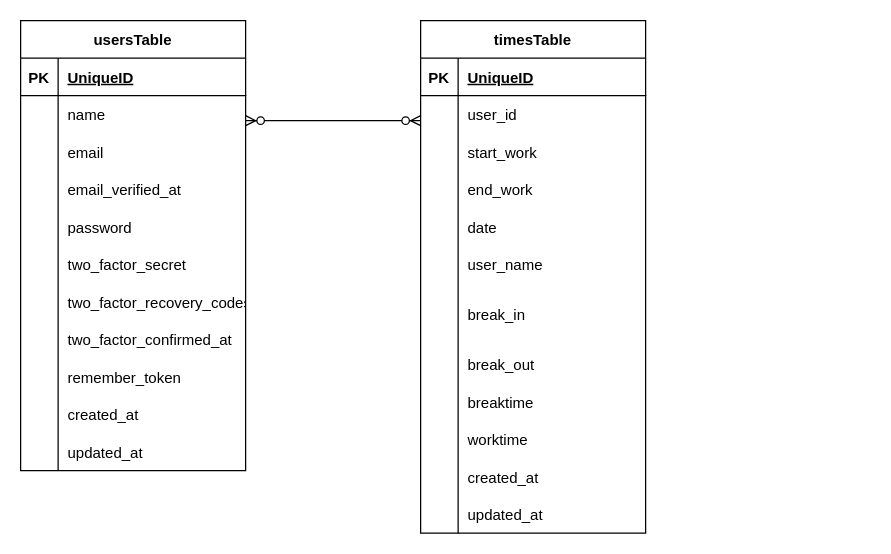
Above: er.dio in Chayney/attendance (draw.io), before the change. Source tidied: cells renumbered, new cells numbered last; positions are measured from the earlier drawing's top-left corner, leaving out a move shared by most shapes. Both pictures are drawn from the tidied source at 125%, with x=0, y=0 at pixel (20, 20).
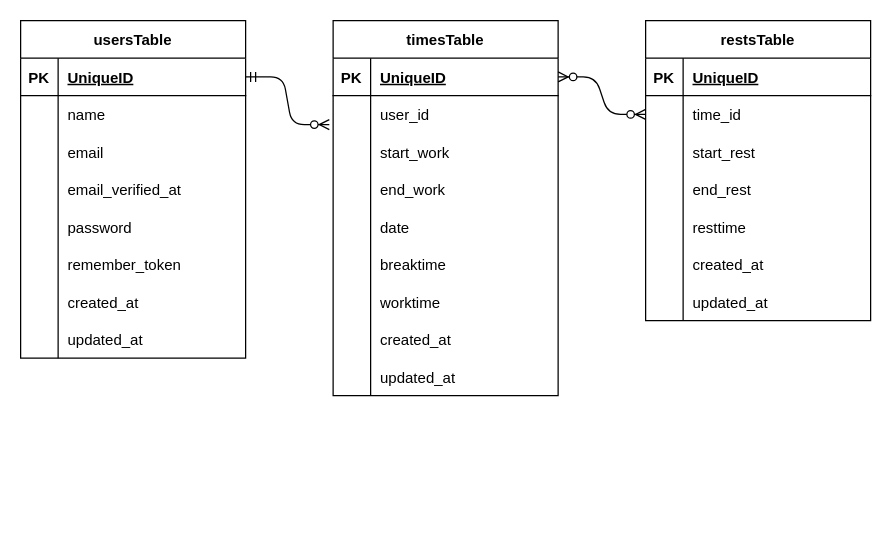
The same diagram, later.

The change refers to these unchanged cells:
```xml
<mxCell id="3" style="shape=tableRow;horizontal=0;startSize=0;swimlaneHead=0;swimlaneBody=0;fillColor=none;points=[[0,0.5],[1,0.5]];portConstraint=eastwest;top=0;left=0;right=0;bottom=1;" parent="2" vertex="1">
  <mxGeometry y="30" width="180" height="30" as="geometry" />
</mxCell>
<mxCell id="6" style="shape=tableRow;horizontal=0;startSize=0;swimlaneHead=0;swimlaneBody=0;fillColor=none;points=[[0,0.5],[1,0.5]];portConstraint=eastwest;top=0;left=0;right=0;bottom=0;" parent="2" vertex="1">
  <mxGeometry y="60" width="180" height="30" as="geometry" />
</mxCell>
<mxCell id="37" style="shape=tableRow;horizontal=0;startSize=0;swimlaneHead=0;swimlaneBody=0;fillColor=none;points=[[0,0.5],[1,0.5]];portConstraint=eastwest;top=0;left=0;right=0;bottom=1;" parent="36" vertex="1">
  <mxGeometry y="30" width="180" height="30" as="geometry" />
</mxCell>
<mxCell id="40" style="shape=tableRow;horizontal=0;startSize=0;swimlaneHead=0;swimlaneBody=0;fillColor=none;points=[[0,0.5],[1,0.5]];portConstraint=eastwest;top=0;left=0;right=0;bottom=0;" parent="36" vertex="1">
  <mxGeometry y="60" width="180" height="30" as="geometry" />
</mxCell>
<mxCell id="52" style="shape=tableRow;horizontal=0;startSize=0;swimlaneHead=0;swimlaneBody=0;fillColor=none;top=0;left=0;right=0;bottom=0;" parent="36" vertex="1">
  <mxGeometry y="180" width="180" height="30" as="geometry" />
</mxCell>
```

Diff of the diagram source:
```diff
@@
     <mxCell id="2" value="usersTable" style="shape=table;startSize=30;childLayout=tableLayout;rowLines=0;fontStyle=1;align=center;" parent="1" vertex="1">
-      <mxGeometry width="180" height="360" as="geometry" />
+      <mxGeometry width="180" height="270" as="geometry" />
     </mxCell>
@@
-    <mxCell id="18" style="shape=tableRow;horizontal=0;startSize=0;swimlaneHead=0;swimlaneBody=0;fillColor=none;top=0;left=0;right=0;bottom=0;" parent="2" vertex="1">
-      <mxGeometry y="180" width="180" height="30" as="geometry" />
-    </mxCell>
-    <mxCell id="19" style="shape=partialRectangle;fillColor=none;top=0;left=0;bottom=0;right=0;overflow=hidden;" parent="18" vertex="1">
-      <mxGeometry width="30" height="30" as="geometry" />
-    </mxCell>
-    <mxCell id="20" value="two_factor_secret" style="shape=partialRectangle;fillColor=none;top=0;left=0;bottom=0;right=0;align=left;spacingLeft=6;overflow=hidden;" parent="18" vertex="1">
-      <mxGeometry x="30" width="150" height="30" as="geometry" />
-    </mxCell>
-    <mxCell id="21" style="shape=tableRow;horizontal=0;startSize=0;swimlaneHead=0;swimlaneBody=0;fillColor=none;top=0;left=0;right=0;bottom=0;" parent="2" vertex="1">
-      <mxGeometry y="210" width="180" height="30" as="geometry" />
-    </mxCell>
-    <mxCell id="22" style="shape=partialRectangle;fillColor=none;top=0;left=0;bottom=0;right=0;overflow=hidden;" parent="21" vertex="1">
-      <mxGeometry width="30" height="30" as="geometry" />
-    </mxCell>
-    <mxCell id="23" value="two_factor_recovery_codes" style="shape=partialRectangle;fillColor=none;top=0;left=0;bottom=0;right=0;align=left;spacingLeft=6;overflow=hidden;" parent="21" vertex="1">
-      <mxGeometry x="30" width="150" height="30" as="geometry" />
-    </mxCell>
-    <mxCell id="24" style="shape=tableRow;horizontal=0;startSize=0;swimlaneHead=0;swimlaneBody=0;fillColor=none;top=0;left=0;right=0;bottom=0;" parent="2" vertex="1">
-      <mxGeometry y="240" width="180" height="30" as="geometry" />
-    </mxCell>
-    <mxCell id="25" style="shape=partialRectangle;fillColor=none;top=0;left=0;bottom=0;right=0;overflow=hidden;" parent="24" vertex="1">
-      <mxGeometry width="30" height="30" as="geometry" />
-    </mxCell>
-    <mxCell id="26" value="two_factor_confirmed_at" style="shape=partialRectangle;fillColor=none;top=0;left=0;bottom=0;right=0;align=left;spacingLeft=6;overflow=hidden;" parent="24" vertex="1">
-      <mxGeometry x="30" width="150" height="30" as="geometry" />
-    </mxCell>
     <mxCell id="27" style="shape=tableRow;horizontal=0;startSize=0;swimlaneHead=0;swimlaneBody=0;fillColor=none;top=0;left=0;right=0;bottom=0;" parent="2" vertex="1">
-      <mxGeometry y="270" width="180" height="30" as="geometry" />
+      <mxGeometry y="180" width="180" height="30" as="geometry" />
     </mxCell>
@@
     <mxCell id="30" style="shape=tableRow;horizontal=0;startSize=0;swimlaneHead=0;swimlaneBody=0;fillColor=none;top=0;left=0;right=0;bottom=0;" parent="2" vertex="1">
-      <mxGeometry y="300" width="180" height="30" as="geometry" />
+      <mxGeometry y="210" width="180" height="30" as="geometry" />
     </mxCell>
@@
     <mxCell id="33" style="shape=tableRow;horizontal=0;startSize=0;swimlaneHead=0;swimlaneBody=0;fillColor=none;top=0;left=0;right=0;bottom=0;" parent="2" vertex="1">
-      <mxGeometry y="330" width="180" height="30" as="geometry" />
+      <mxGeometry y="240" width="180" height="30" as="geometry" />
     </mxCell>
@@
     <mxCell id="36" value="timesTable" style="shape=table;startSize=30;childLayout=tableLayout;rowLines=0;fontStyle=1;align=center;" parent="1" vertex="1">
-      <mxGeometry x="320" width="180" height="410" as="geometry" />
+      <mxGeometry x="250" width="180" height="300" as="geometry" />
     </mxCell>
@@
-    <mxCell id="54" value="user_name" style="shape=partialRectangle;fillColor=none;top=0;left=0;bottom=0;right=0;align=left;spacingLeft=6;overflow=hidden;" parent="52" vertex="1">
+    <mxCell id="54" style="shape=partialRectangle;fillColor=none;top=0;left=0;bottom=0;right=0;align=left;spacingLeft=6;overflow=hidden;" parent="52" vertex="1">
       <mxGeometry x="30" width="150" height="30" as="geometry" />
     </mxCell>
-    <mxCell id="55" style="shape=tableRow;horizontal=0;startSize=0;swimlaneHead=0;swimlaneBody=0;fillColor=none;top=0;left=0;right=0;bottom=0;" parent="36" vertex="1">
-      <mxGeometry y="210" width="180" height="50" as="geometry" />
-    </mxCell>
-    <mxCell id="56" style="shape=partialRectangle;fillColor=none;top=0;left=0;bottom=0;right=0;overflow=hidden;" parent="55" vertex="1">
-      <mxGeometry width="30" height="50" as="geometry" />
-    </mxCell>
-    <mxCell id="57" value="break_in" style="shape=partialRectangle;fillColor=none;top=0;left=0;bottom=0;right=0;align=left;spacingLeft=6;overflow=hidden;" parent="55" vertex="1">
-      <mxGeometry x="30" width="150" height="50" as="geometry" />
-    </mxCell>
-    <mxCell id="58" style="shape=tableRow;horizontal=0;startSize=0;swimlaneHead=0;swimlaneBody=0;fillColor=none;top=0;left=0;right=0;bottom=0;" parent="36" vertex="1">
-      <mxGeometry y="260" width="180" height="30" as="geometry" />
-    </mxCell>
-    <mxCell id="59" style="shape=partialRectangle;fillColor=none;top=0;left=0;bottom=0;right=0;overflow=hidden;" parent="58" vertex="1">
-      <mxGeometry width="30" height="30" as="geometry" />
-    </mxCell>
-    <mxCell id="60" value="break_out" style="shape=partialRectangle;fillColor=none;top=0;left=0;bottom=0;right=0;align=left;spacingLeft=6;overflow=hidden;" parent="58" vertex="1">
-      <mxGeometry x="30" width="150" height="30" as="geometry" />
-    </mxCell>
-    <mxCell id="61" style="shape=tableRow;horizontal=0;startSize=0;swimlaneHead=0;swimlaneBody=0;fillColor=none;top=0;left=0;right=0;bottom=0;" parent="36" vertex="1">
-      <mxGeometry y="290" width="180" height="30" as="geometry" />
-    </mxCell>
-    <mxCell id="62" style="shape=partialRectangle;fillColor=none;top=0;left=0;bottom=0;right=0;overflow=hidden;" parent="61" vertex="1">
-      <mxGeometry width="30" height="30" as="geometry" />
-    </mxCell>
-    <mxCell id="63" value="breaktime" style="shape=partialRectangle;fillColor=none;top=0;left=0;bottom=0;right=0;align=left;spacingLeft=6;overflow=hidden;" parent="61" vertex="1">
-      <mxGeometry x="30" width="150" height="30" as="geometry" />
-    </mxCell>
     <mxCell id="64" style="shape=tableRow;horizontal=0;startSize=0;swimlaneHead=0;swimlaneBody=0;fillColor=none;top=0;left=0;right=0;bottom=0;" parent="36" vertex="1">
-      <mxGeometry y="320" width="180" height="30" as="geometry" />
+      <mxGeometry y="210" width="180" height="30" as="geometry" />
     </mxCell>
@@
     <mxCell id="67" style="shape=tableRow;horizontal=0;startSize=0;swimlaneHead=0;swimlaneBody=0;fillColor=none;top=0;left=0;right=0;bottom=0;" parent="36" vertex="1">
-      <mxGeometry y="350" width="180" height="30" as="geometry" />
+      <mxGeometry y="240" width="180" height="30" as="geometry" />
     </mxCell>
@@
     <mxCell id="70" style="shape=tableRow;horizontal=0;startSize=0;swimlaneHead=0;swimlaneBody=0;fillColor=none;top=0;left=0;right=0;bottom=0;" parent="36" vertex="1">
-      <mxGeometry y="380" width="180" height="30" as="geometry" />
+      <mxGeometry y="270" width="180" height="30" as="geometry" />
     </mxCell>
@@
-    <mxCell id="73" style="edgeStyle=entityRelationEdgeStyle;fontSize=12;html=1;endArrow=ERzeroToMany;endFill=1;startArrow=ERzeroToMany;exitX=1;exitY=0.667;exitDx=0;exitDy=0;exitPerimeter=0;" parent="1" edge="1" source="6">
-      <mxGeometry relative="1" as="geometry">
-        <mxPoint x="320" y="80" as="targetPoint" />
-      </mxGeometry>
-    </mxCell>
+    <mxCell id="74" value="restsTable" style="shape=table;startSize=30;childLayout=tableLayout;rowLines=0;fontStyle=1;align=center;" parent="1" vertex="1">
+      <mxGeometry x="500" width="180" height="240" as="geometry" />
+    </mxCell>
+    <mxCell id="75" style="shape=tableRow;horizontal=0;startSize=0;swimlaneHead=0;swimlaneBody=0;fillColor=none;top=0;left=0;right=0;bottom=1;" parent="74" vertex="1">
+      <mxGeometry y="30" width="180" height="30" as="geometry" />
+    </mxCell>
+    <mxCell id="76" value="PK" style="shape=partialRectangle;fillColor=none;top=0;left=0;bottom=0;right=0;fontStyle=1;overflow=hidden;" parent="75" vertex="1">
+      <mxGeometry width="30" height="30" as="geometry" />
+    </mxCell>
+    <mxCell id="77" value="UniqueID" style="shape=partialRectangle;fillColor=none;top=0;left=0;bottom=0;right=0;align=left;spacingLeft=6;fontStyle=5;overflow=hidden;" parent="75" vertex="1">
+      <mxGeometry x="30" width="150" height="30" as="geometry" />
+    </mxCell>
+    <mxCell id="78" style="shape=tableRow;horizontal=0;startSize=0;swimlaneHead=0;swimlaneBody=0;fillColor=none;points=[[0,0.5],[1,0.5]];portConstraint=eastwest;top=0;left=0;right=0;bottom=0;" parent="74" vertex="1">
+      <mxGeometry y="60" width="180" height="30" as="geometry" />
+    </mxCell>
+    <mxCell id="79" style="shape=partialRectangle;fillColor=none;top=0;left=0;bottom=0;right=0;overflow=hidden;" parent="78" vertex="1">
+      <mxGeometry width="30" height="30" as="geometry" />
+    </mxCell>
+    <mxCell id="80" value="time_id" style="shape=partialRectangle;fillColor=none;top=0;left=0;bottom=0;right=0;align=left;spacingLeft=6;overflow=hidden;" parent="78" vertex="1">
+      <mxGeometry x="30" width="150" height="30" as="geometry" />
+    </mxCell>
+    <mxCell id="81" style="shape=tableRow;horizontal=0;startSize=0;swimlaneHead=0;swimlaneBody=0;fillColor=none;top=0;left=0;right=0;bottom=0;" parent="74" vertex="1">
+      <mxGeometry y="90" width="180" height="30" as="geometry" />
+    </mxCell>
+    <mxCell id="82" style="shape=partialRectangle;fillColor=none;top=0;left=0;bottom=0;right=0;overflow=hidden;" parent="81" vertex="1">
+      <mxGeometry width="30" height="30" as="geometry" />
+    </mxCell>
+    <mxCell id="83" value="start_rest" style="shape=partialRectangle;fillColor=none;top=0;left=0;bottom=0;right=0;align=left;spacingLeft=6;overflow=hidden;" parent="81" vertex="1">
+      <mxGeometry x="30" width="150" height="30" as="geometry" />
+    </mxCell>
+    <mxCell id="84" style="shape=tableRow;horizontal=0;startSize=0;swimlaneHead=0;swimlaneBody=0;fillColor=none;top=0;left=0;right=0;bottom=0;" parent="74" vertex="1">
+      <mxGeometry y="120" width="180" height="30" as="geometry" />
+    </mxCell>
+    <mxCell id="85" style="shape=partialRectangle;fillColor=none;top=0;left=0;bottom=0;right=0;overflow=hidden;" parent="84" vertex="1">
+      <mxGeometry width="30" height="30" as="geometry" />
+    </mxCell>
+    <mxCell id="86" value="end_rest" style="shape=partialRectangle;fillColor=none;top=0;left=0;bottom=0;right=0;align=left;spacingLeft=6;overflow=hidden;" parent="84" vertex="1">
+      <mxGeometry x="30" width="150" height="30" as="geometry" />
+    </mxCell>
+    <mxCell id="87" style="shape=tableRow;horizontal=0;startSize=0;swimlaneHead=0;swimlaneBody=0;fillColor=none;top=0;left=0;right=0;bottom=0;" parent="74" vertex="1">
+      <mxGeometry y="150" width="180" height="30" as="geometry" />
+    </mxCell>
+    <mxCell id="88" style="shape=partialRectangle;fillColor=none;top=0;left=0;bottom=0;right=0;overflow=hidden;" parent="87" vertex="1">
+      <mxGeometry width="30" height="30" as="geometry" />
+    </mxCell>
+    <mxCell id="89" value="resttime" style="shape=partialRectangle;fillColor=none;top=0;left=0;bottom=0;right=0;align=left;spacingLeft=6;overflow=hidden;" parent="87" vertex="1">
+      <mxGeometry x="30" width="150" height="30" as="geometry" />
+    </mxCell>
+    <mxCell id="18" style="shape=tableRow;horizontal=0;startSize=0;swimlaneHead=0;swimlaneBody=0;fillColor=none;top=0;left=0;right=0;bottom=0;" parent="74" vertex="1">
+      <mxGeometry y="180" width="180" height="30" as="geometry" />
+    </mxCell>
+    <mxCell id="90" style="shape=partialRectangle;fillColor=none;top=0;left=0;bottom=0;right=0;overflow=hidden;" parent="18" vertex="1">
+      <mxGeometry width="30" height="30" as="geometry" />
+    </mxCell>
+    <mxCell id="91" value="created_at" style="shape=partialRectangle;fillColor=none;top=0;left=0;bottom=0;right=0;align=left;spacingLeft=6;overflow=hidden;" parent="18" vertex="1">
+      <mxGeometry x="30" width="150" height="30" as="geometry" />
+    </mxCell>
+    <mxCell id="21" style="shape=tableRow;horizontal=0;startSize=0;swimlaneHead=0;swimlaneBody=0;fillColor=none;top=0;left=0;right=0;bottom=0;" parent="74" vertex="1">
+      <mxGeometry y="210" width="180" height="30" as="geometry" />
+    </mxCell>
+    <mxCell id="92" style="shape=partialRectangle;fillColor=none;top=0;left=0;bottom=0;right=0;overflow=hidden;" parent="21" vertex="1">
+      <mxGeometry width="30" height="30" as="geometry" />
+    </mxCell>
+    <mxCell id="93" value="updated_at" style="shape=partialRectangle;fillColor=none;top=0;left=0;bottom=0;right=0;align=left;spacingLeft=6;overflow=hidden;" parent="21" vertex="1">
+      <mxGeometry x="30" width="150" height="30" as="geometry" />
+    </mxCell>
+    <mxCell id="94" style="edgeStyle=entityRelationEdgeStyle;fontSize=12;html=1;endArrow=ERzeroToMany;startArrow=ERmandOne;entryX=-0.017;entryY=0.773;entryDx=0;entryDy=0;entryPerimeter=0;exitX=1;exitY=0.5;exitDx=0;exitDy=0;" parent="1" edge="1" source="3" target="40">
+      <mxGeometry relative="1" as="geometry" />
+    </mxCell>
+    <mxCell id="63" value="breaktime" style="shape=partialRectangle;fillColor=none;top=0;left=0;bottom=0;right=0;align=left;spacingLeft=6;overflow=hidden;" parent="1" vertex="1">
+      <mxGeometry x="280" y="180" width="150" height="30" as="geometry" />
+    </mxCell>
+    <mxCell id="95" style="edgeStyle=entityRelationEdgeStyle;fontSize=12;html=1;endArrow=ERzeroToMany;endFill=1;startArrow=ERzeroToMany;exitX=1;exitY=0.5;exitDx=0;exitDy=0;entryX=0;entryY=0.5;entryDx=0;entryDy=0;" parent="1" edge="1" source="37" target="78">
+      <mxGeometry relative="1" as="geometry" />
+    </mxCell>
```
